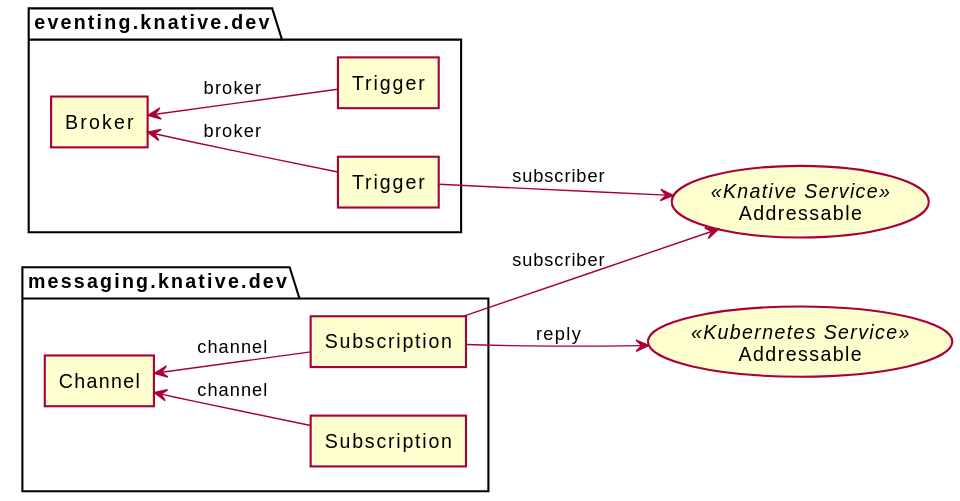
Above: specs/eventing/images/eventing-overview.svg in knative/specs (PlantUML), before the change. The source it was exported from:
```plantuml
@startuml
skinparam shadowing false

left to right direction


usecase Addressable <<Knative Service>>
usecase Addressable AS A2 <<Kubernetes Service>>

package "eventing.knative.dev" {
agent Broker
agent "Trigger" as T1
agent "Trigger" as T2
}

Broker <-- T1 : broker
Broker <-- T2 : broker
T1 --> Addressable : subscriber

package "messaging.knative.dev" {
agent Channel
agent "Subscription" as S1
agent "Subscription" as S2
}

Channel <-- S1 :channel
Channel <-- S2 :channel
S2 --> Addressable :subscriber
S2 --> A2 : reply
@enduml
```
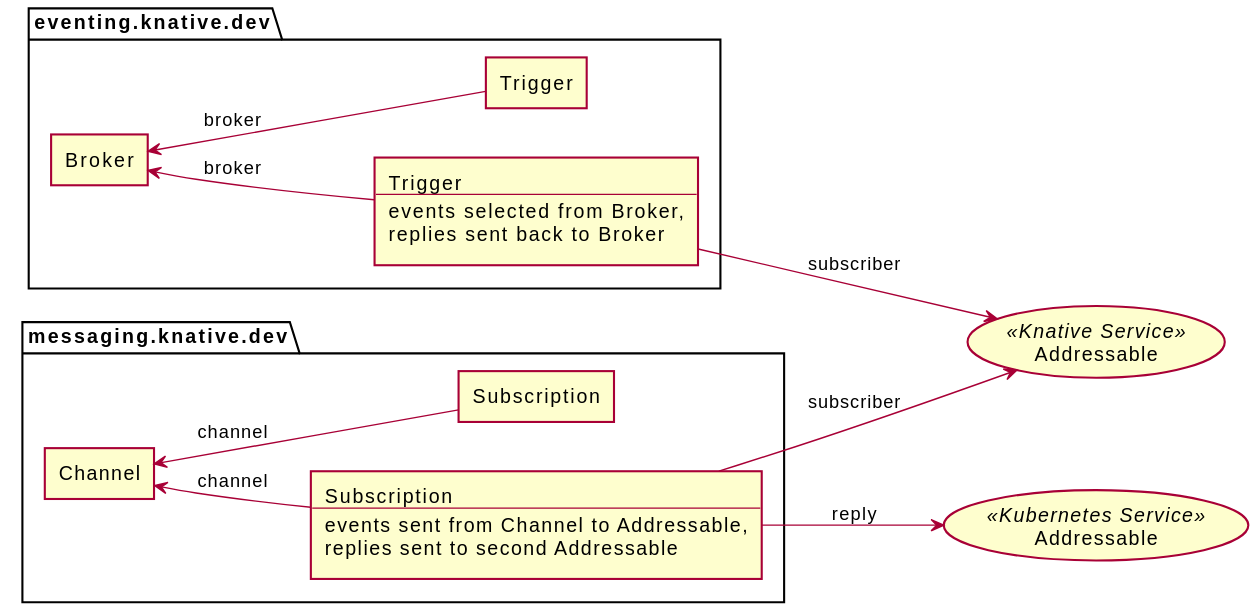
The same diagram one commit later.

Commit message:
Address duglin comments

Diff of the diagram source:
```diff
@@ -1,30 +1,38 @@
 @startuml
 skinparam shadowing false
-
 left to right direction
-
 
 usecase Addressable <<Knative Service>>
 usecase Addressable AS A2 <<Kubernetes Service>>
 
 package "eventing.knative.dev" {
 agent Broker
-agent "Trigger" as T1
+agent T1 [
+Trigger
+--
+events selected from Broker,
+replies sent back to Broker
+]
 agent "Trigger" as T2
 }
 
 Broker <-- T1 : broker
 Broker <-- T2 : broker
-T1 --> Addressable : subscriber
+Addressable <-u- T1 : subscriber
 
 package "messaging.knative.dev" {
 agent Channel
 agent "Subscription" as S1
-agent "Subscription" as S2
+agent S2 [
+Subscription
+---
+events sent from Channel to Addressable,
+replies sent to second Addressable
+]
 }
 
 Channel <-- S1 :channel
 Channel <-- S2 :channel
-S2 --> Addressable :subscriber
-S2 --> A2 : reply
+Addressable <-u- S2 :subscriber
+A2 <-u- S2 : reply
 @enduml
```
